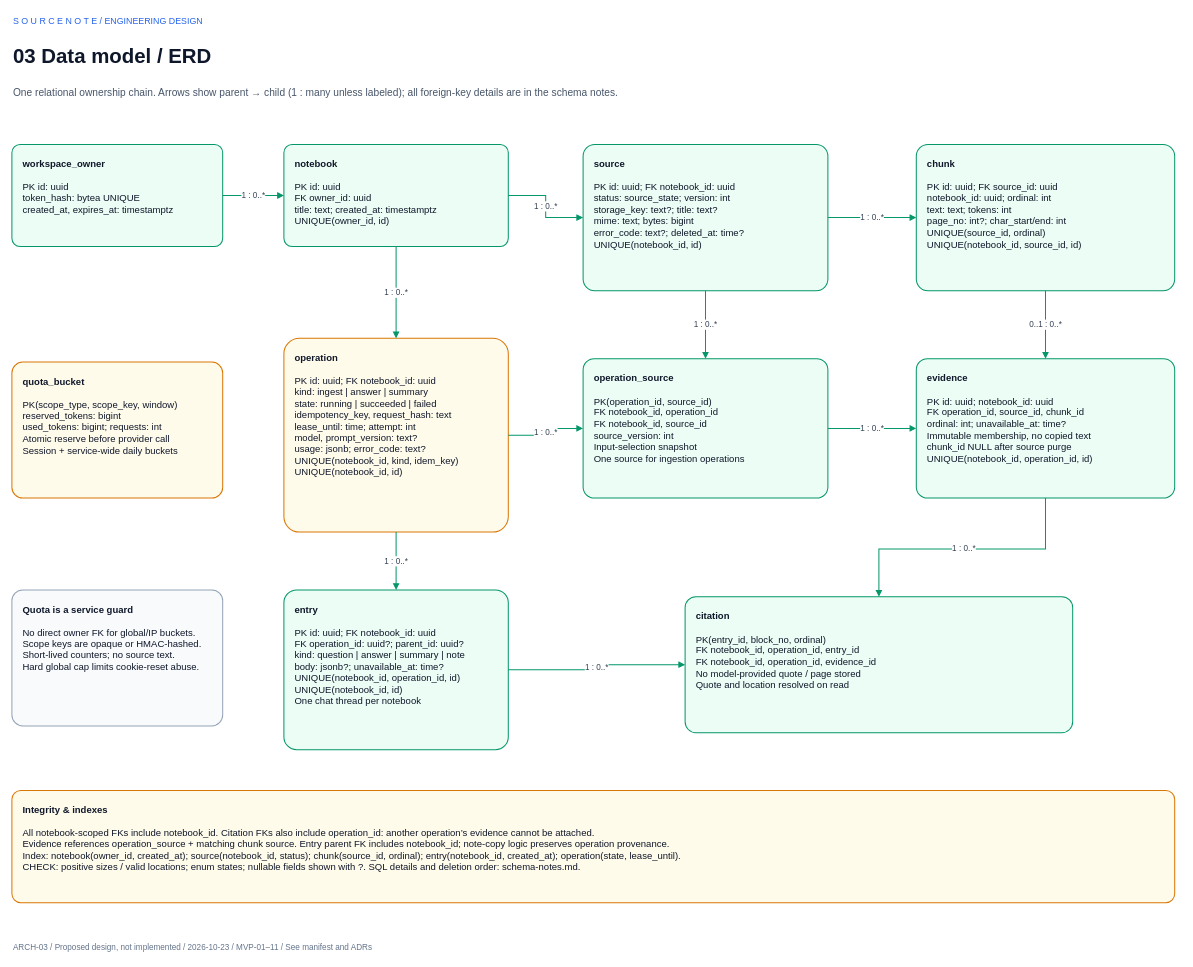
The draw.io diagram page "ARCH-03 | Data model / ERD" (3 of 4) of docs/architecture/notebooklm-clone.drawio in jadomer98/sourcenote, before the edit. Source tidied: cells renumbered, new cells numbered last; positions are measured from the earlier drawing's top-left corner, leaving out a move shared by most shapes. Both pictures are drawn from the tidied source at 68%, with x=0, y=0 at pixel (12, 12).
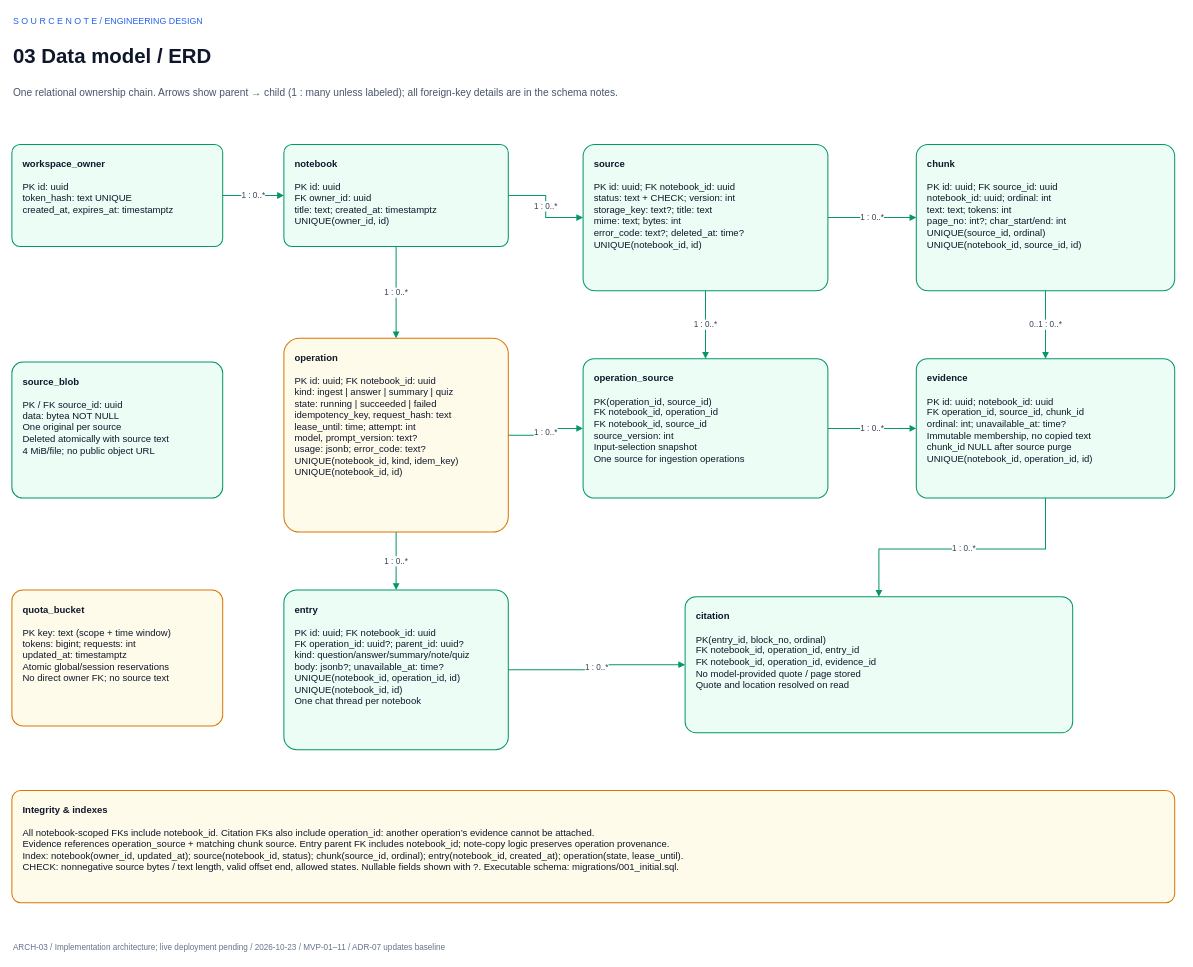
After the change.

The edit, as a diff of the source:
```diff
@@
-    <mxCell id="5" value="ARCH-03  /  Proposed design, not implemented  /  2026-10-23  /  MVP-01–11  /  See manifest and ADRs" style="text;html=1;strokeColor=none;fillColor=none;align=left;verticalAlign=middle;whiteSpace=wrap;fontFamily=Helvetica;fontSize=12;fontColor=#64748B;fontStyle=0;" parent="1" vertex="1">
+    <mxCell id="5" value="ARCH-03  /  Implementation architecture; live deployment pending  /  2026-10-23  /  MVP-01–11  /  ADR-07 updates baseline" style="text;html=1;strokeColor=none;fillColor=none;align=left;verticalAlign=middle;whiteSpace=wrap;fontFamily=Helvetica;fontSize=12;fontColor=#64748B;fontStyle=0;" parent="1" vertex="1">
       <mxGeometry y="1363" width="1720" height="25" as="geometry" />
     </mxCell>
-    <mxCell id="6" value="&lt;b&gt;workspace_owner&lt;/b&gt;&lt;br&gt;&lt;br&gt;PK id: uuid&lt;br&gt;token_hash: bytea UNIQUE&lt;br&gt;created_at, expires_at: timestamptz" style="rounded=1;arcSize=8;html=1;whiteSpace=wrap;fillColor=#ECFDF5;strokeColor=#059669;strokeWidth=1.5;align=left;verticalAlign=top;spacing=16;fontFamily=Helvetica;fontSize=14;fontColor=#0F172A;fontStyle=0;" parent="1" vertex="1">
+    <mxCell id="6" value="&lt;b&gt;workspace_owner&lt;/b&gt;&lt;br&gt;&lt;br&gt;PK id: uuid&lt;br&gt;token_hash: text UNIQUE&lt;br&gt;created_at, expires_at: timestamptz" style="rounded=1;arcSize=8;html=1;whiteSpace=wrap;fillColor=#ECFDF5;strokeColor=#059669;strokeWidth=1.5;align=left;verticalAlign=top;spacing=16;fontFamily=Helvetica;fontSize=14;fontColor=#0F172A;fontStyle=0;" parent="1" vertex="1">
       <mxGeometry y="195" width="310" height="150" as="geometry" />
     </mxCell>
@@
-    <mxCell id="8" value="&lt;b&gt;source&lt;/b&gt;&lt;br&gt;&lt;br&gt;PK id: uuid; FK notebook_id: uuid&lt;br&gt;status: source_state; version: int&lt;br&gt;storage_key: text?; title: text?&lt;br&gt;mime: text; bytes: bigint&lt;br&gt;error_code: text?; deleted_at: time?&lt;br&gt;UNIQUE(notebook_id, id)" style="rounded=1;arcSize=8;html=1;whiteSpace=wrap;fillColor=#ECFDF5;strokeColor=#059669;strokeWidth=1.5;align=left;verticalAlign=top;spacing=16;fontFamily=Helvetica;fontSize=14;fontColor=#0F172A;fontStyle=0;" parent="1" vertex="1">
+    <mxCell id="8" value="&lt;b&gt;source&lt;/b&gt;&lt;br&gt;&lt;br&gt;PK id: uuid; FK notebook_id: uuid&lt;br&gt;status: text + CHECK; version: int&lt;br&gt;storage_key: text?; title: text&lt;br&gt;mime: text; bytes: int&lt;br&gt;error_code: text?; deleted_at: time?&lt;br&gt;UNIQUE(notebook_id, id)" style="rounded=1;arcSize=8;html=1;whiteSpace=wrap;fillColor=#ECFDF5;strokeColor=#059669;strokeWidth=1.5;align=left;verticalAlign=top;spacing=16;fontFamily=Helvetica;fontSize=14;fontColor=#0F172A;fontStyle=0;" parent="1" vertex="1">
       <mxGeometry x="840" y="195" width="360" height="215" as="geometry" />
     </mxCell>
@@
-    <mxCell id="10" value="&lt;b&gt;quota_bucket&lt;/b&gt;&lt;br&gt;&lt;br&gt;PK(scope_type, scope_key, window)&lt;br&gt;reserved_tokens: bigint&lt;br&gt;used_tokens: bigint; requests: int&lt;br&gt;Atomic reserve before provider call&lt;br&gt;Session + service-wide daily buckets" style="rounded=1;arcSize=8;html=1;whiteSpace=wrap;fillColor=#FFFBEB;strokeColor=#D97706;strokeWidth=1.5;align=left;verticalAlign=top;spacing=16;fontFamily=Helvetica;fontSize=14;fontColor=#0F172A;fontStyle=0;" parent="1" vertex="1">
-      <mxGeometry y="515" width="310" height="200" as="geometry" />
-    </mxCell>
+    <mxCell id="29" value="&lt;b&gt;source_blob&lt;/b&gt;&lt;br&gt;&lt;br&gt;PK / FK source_id: uuid&lt;br&gt;data: bytea NOT NULL&lt;br&gt;One original per source&lt;br&gt;Deleted atomically with source text&lt;br&gt;4 MiB/file; no public object URL" style="rounded=1;arcSize=8;html=1;whiteSpace=wrap;fillColor=#ECFDF5;strokeColor=#059669;strokeWidth=1.5;align=left;verticalAlign=top;spacing=16;fontFamily=Helvetica;fontSize=14;fontColor=#0F172A;fontStyle=0;" parent="1" vertex="1">
+      <mxGeometry y="515" width="310" height="200" as="geometry" />
+    </mxCell>
-    <mxCell id="11" value="&lt;b&gt;operation&lt;/b&gt;&lt;br&gt;&lt;br&gt;PK id: uuid; FK notebook_id: uuid&lt;br&gt;kind: ingest | answer | summary&lt;br&gt;state: running | succeeded | failed&lt;br&gt;idempotency_key, request_hash: text&lt;br&gt;lease_until: time; attempt: int&lt;br&gt;model, prompt_version: text?&lt;br&gt;usage: jsonb; error_code: text?&lt;br&gt;UNIQUE(notebook_id, kind, idem_key)&lt;br&gt;UNIQUE(notebook_id, id)" style="rounded=1;arcSize=8;html=1;whiteSpace=wrap;fillColor=#FFFBEB;strokeColor=#D97706;strokeWidth=1.5;align=left;verticalAlign=top;spacing=16;fontFamily=Helvetica;fontSize=14;fontColor=#0F172A;fontStyle=0;" parent="1" vertex="1">
+    <mxCell id="11" value="&lt;b&gt;operation&lt;/b&gt;&lt;br&gt;&lt;br&gt;PK id: uuid; FK notebook_id: uuid&lt;br&gt;kind: ingest | answer | summary | quiz&lt;br&gt;state: running | succeeded | failed&lt;br&gt;idempotency_key, request_hash: text&lt;br&gt;lease_until: time; attempt: int&lt;br&gt;model, prompt_version: text?&lt;br&gt;usage: jsonb; error_code: text?&lt;br&gt;UNIQUE(notebook_id, kind, idem_key)&lt;br&gt;UNIQUE(notebook_id, id)" style="rounded=1;arcSize=8;html=1;whiteSpace=wrap;fillColor=#FFFBEB;strokeColor=#D97706;strokeWidth=1.5;align=left;verticalAlign=top;spacing=16;fontFamily=Helvetica;fontSize=14;fontColor=#0F172A;fontStyle=0;" parent="1" vertex="1">
       <mxGeometry x="400" y="480" width="330" height="285" as="geometry" />
     </mxCell>
@@
-    <mxCell id="14" value="&lt;b&gt;entry&lt;/b&gt;&lt;br&gt;&lt;br&gt;PK id: uuid; FK notebook_id: uuid&lt;br&gt;FK operation_id: uuid?; parent_id: uuid?&lt;br&gt;kind: question | answer | summary | note&lt;br&gt;body: jsonb?; unavailable_at: time?&lt;br&gt;UNIQUE(notebook_id, operation_id, id)&lt;br&gt;UNIQUE(notebook_id, id)&lt;br&gt;One chat thread per notebook" style="rounded=1;arcSize=8;html=1;whiteSpace=wrap;fillColor=#ECFDF5;strokeColor=#059669;strokeWidth=1.5;align=left;verticalAlign=top;spacing=16;fontFamily=Helvetica;fontSize=14;fontColor=#0F172A;fontStyle=0;" parent="1" vertex="1">
+    <mxCell id="14" value="&lt;b&gt;entry&lt;/b&gt;&lt;br&gt;&lt;br&gt;PK id: uuid; FK notebook_id: uuid&lt;br&gt;FK operation_id: uuid?; parent_id: uuid?&lt;br&gt;kind: question/answer/summary/note/quiz&lt;br&gt;body: jsonb?; unavailable_at: time?&lt;br&gt;UNIQUE(notebook_id, operation_id, id)&lt;br&gt;UNIQUE(notebook_id, id)&lt;br&gt;One chat thread per notebook" style="rounded=1;arcSize=8;html=1;whiteSpace=wrap;fillColor=#ECFDF5;strokeColor=#059669;strokeWidth=1.5;align=left;verticalAlign=top;spacing=16;fontFamily=Helvetica;fontSize=14;fontColor=#0F172A;fontStyle=0;" parent="1" vertex="1">
       <mxGeometry x="400" y="850" width="330" height="235" as="geometry" />
     </mxCell>
@@
-    <mxCell id="27" value="&lt;b&gt;Quota is a service guard&lt;/b&gt;&lt;br&gt;&lt;br&gt;No direct owner FK for global/IP buckets.&lt;br&gt;Scope keys are opaque or HMAC-hashed.&lt;br&gt;Short-lived counters; no source text.&lt;br&gt;Hard global cap limits cookie-reset abuse." style="rounded=1;arcSize=8;html=1;whiteSpace=wrap;fillColor=#F8FAFC;strokeColor=#94A3B8;strokeWidth=1.5;align=left;verticalAlign=top;spacing=16;fontFamily=Helvetica;fontSize=14;fontColor=#0F172A;fontStyle=0;" parent="1" vertex="1">
+    <mxCell id="27" value="&lt;b&gt;quota_bucket&lt;/b&gt;&lt;br&gt;&lt;br&gt;PK key: text (scope + time window)&lt;br&gt;tokens: bigint; requests: int&lt;br&gt;updated_at: timestamptz&lt;br&gt;Atomic global/session reservations&lt;br&gt;No direct owner FK; no source text" style="rounded=1;arcSize=8;html=1;whiteSpace=wrap;fillColor=#FFFBEB;strokeColor=#D97706;strokeWidth=1.5;align=left;verticalAlign=top;spacing=16;fontFamily=Helvetica;fontSize=14;fontColor=#0F172A;fontStyle=0;" parent="1" vertex="1">
       <mxGeometry y="850" width="310" height="200" as="geometry" />
     </mxCell>
-    <mxCell id="28" value="&lt;b&gt;Integrity &amp;amp; indexes&lt;/b&gt;&lt;br&gt;&lt;br&gt;All notebook-scoped FKs include notebook_id. Citation FKs also include operation_id: another operation’s evidence cannot be attached.&lt;br&gt;Evidence references operation_source + matching chunk source. Entry parent FK includes notebook_id; note-copy logic preserves operation provenance.&lt;br&gt;Index: notebook(owner_id, created_at); source(notebook_id, status); chunk(source_id, ordinal); entry(notebook_id, created_at); operation(state, lease_until).&lt;br&gt;CHECK: positive sizes / valid locations; enum states; nullable fields shown with ?. SQL details and deletion order: schema-notes.md." style="rounded=1;arcSize=8;html=1;whiteSpace=wrap;fillColor=#FFFBEB;strokeColor=#D97706;strokeWidth=1.5;align=left;verticalAlign=top;spacing=16;fontFamily=Helvetica;fontSize=14;fontColor=#0F172A;fontStyle=0;" parent="1" vertex="1">
+    <mxCell id="28" value="&lt;b&gt;Integrity &amp;amp; indexes&lt;/b&gt;&lt;br&gt;&lt;br&gt;All notebook-scoped FKs include notebook_id. Citation FKs also include operation_id: another operation’s evidence cannot be attached.&lt;br&gt;Evidence references operation_source + matching chunk source. Entry parent FK includes notebook_id; note-copy logic preserves operation provenance.&lt;br&gt;Index: notebook(owner_id, updated_at); source(notebook_id, status); chunk(source_id, ordinal); entry(notebook_id, created_at); operation(state, lease_until).&lt;br&gt;CHECK: nonnegative source bytes / text length, valid offset end, allowed states. Nullable fields shown with ?. Executable schema: migrations/001_initial.sql." style="rounded=1;arcSize=8;html=1;whiteSpace=wrap;fillColor=#FFFBEB;strokeColor=#D97706;strokeWidth=1.5;align=left;verticalAlign=top;spacing=16;fontFamily=Helvetica;fontSize=14;fontColor=#0F172A;fontStyle=0;" parent="1" vertex="1">
       <mxGeometry y="1145" width="1710" height="165" as="geometry" />
     </mxCell>
```
